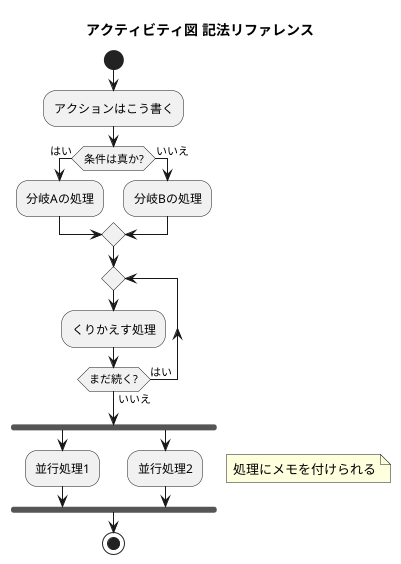
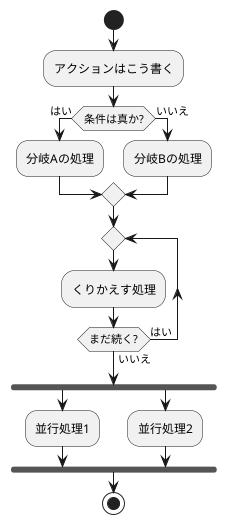
@startuml
- ' ============================================================
- '  アクティビティ図 記法リファレンス（「こう書くとこうなる」集）
- '  処理の流れ（フローチャート）を表す。※コメントは行頭の ' のみ。
- ' ============================================================
- title アクティビティ図 記法リファレンス
- 
- ' ▼ 開始はこう： start
start
- 
- ' ▼ 1つの処理（アクション）はこう： :文; （末尾セミコロン必須）
:アクションはこう書く;
- 
- ' ▼ 分岐はこう： if (条件?) then (ラベル) … else (ラベル) … endif
if (条件は真か?) then (はい)
  :分岐Aの処理;
else (いいえ)
  :分岐Bの処理;
endif
- 
- ' ▼ 繰り返しはこう： repeat … repeat while (条件?)
repeat
  :くりかえす処理;
repeat while (まだ続く?) is (はい) not (いいえ)
- 
- ' ▼ 並行処理はこう： fork … fork again … end fork
fork
  :並行処理1;
fork again
  :並行処理2;
end fork
- 
- ' ▼ 補足はこう： note
- note right : 処理にメモを付けられる
- 
- ' ▼ スイムレーン（担当ごとに列を分ける）はこう書く：
- '   図の最初から |利用者| のように担当名で区切る（途中導入は不可）
- '     |利用者|
- '     :ボタンを押す;
- '     |システム|
- '     :結果を返す;
- 
- ' ▼ 終了はこう： stop（黒丸）／ end（終了状態）
stop
- 
@enduml
